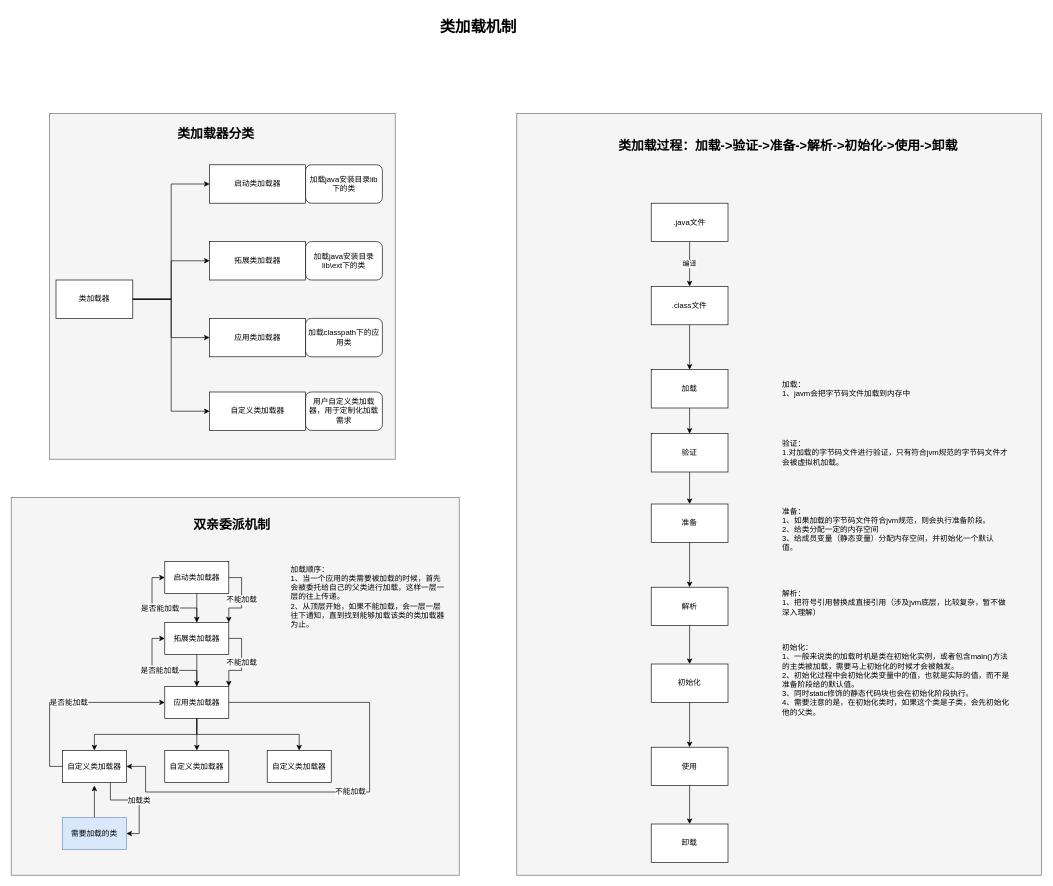
This is 架构图例/其他图/003_JVM类加载机制.drawio from childin/childin, a draw.io file, before an edit. Source tidied: cells renumbered, new cells numbered last; positions are measured from the earlier drawing's top-left corner, leaving out a move shared by most shapes. Both pictures are drawn from the tidied source at 64%, with x=0, y=0 at pixel (11, 11).
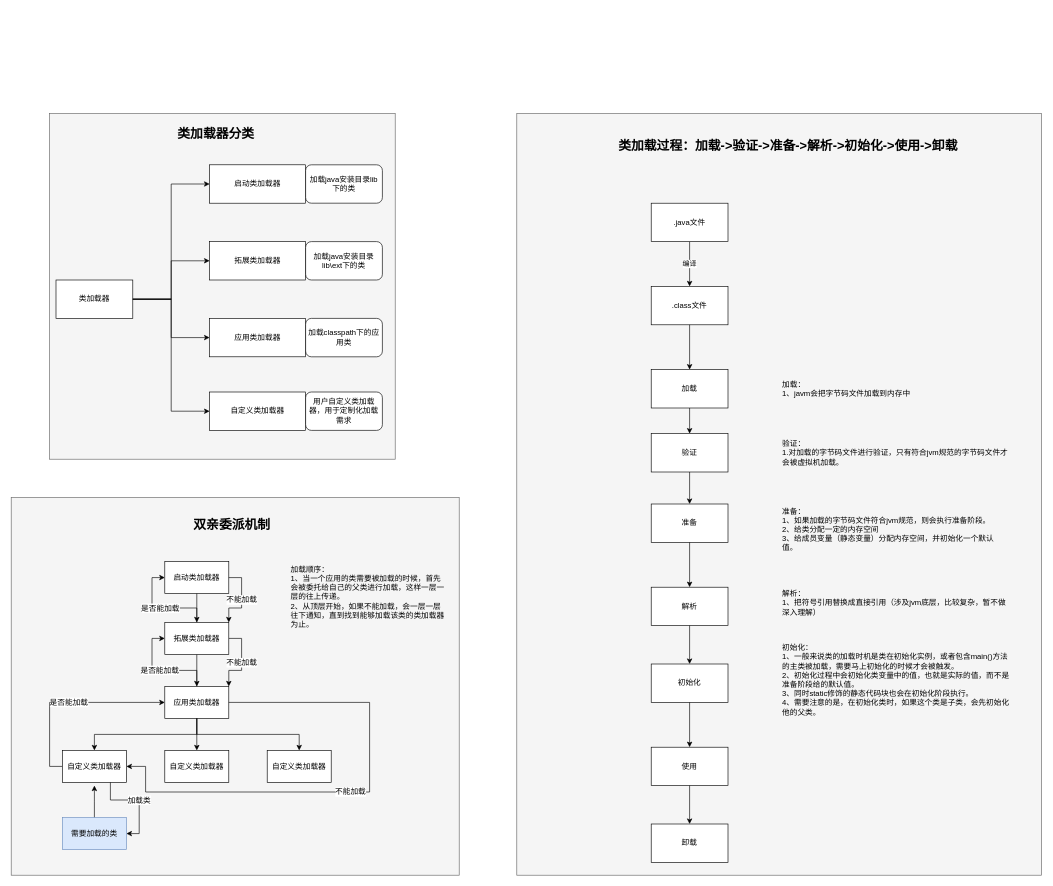
The same page after the edit.

Commit message (it also covers changes not shown here):
更新003_JVM类加载机制.drawio

Change to the diagram source:
```diff
@@
-    <mxCell id="67" value="类加载机制" style="text;html=1;strokeColor=none;fillColor=none;align=center;verticalAlign=middle;whiteSpace=wrap;rounded=0;fontSize=24;fontStyle=1;" parent="1" vertex="1">
-      <mxGeometry x="640" width="180" height="50" as="geometry" />
-    </mxCell>
```
